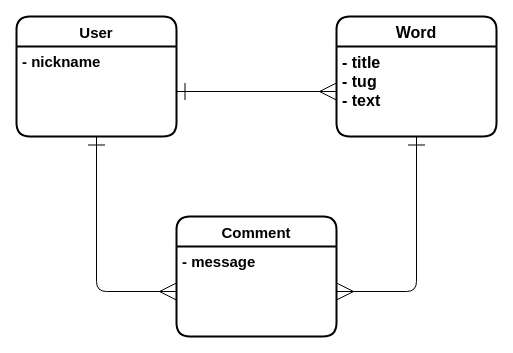
Before: ER.dio in tsuji-t/my-storage, a draw.io diagram. Source tidied: cells renumbered, new cells numbered last; positions are measured from the earlier drawing's top-left corner, leaving out a move shared by most shapes. Both pictures are drawn from the tidied source at 100%, with x=0, y=0 at pixel (16, 16).
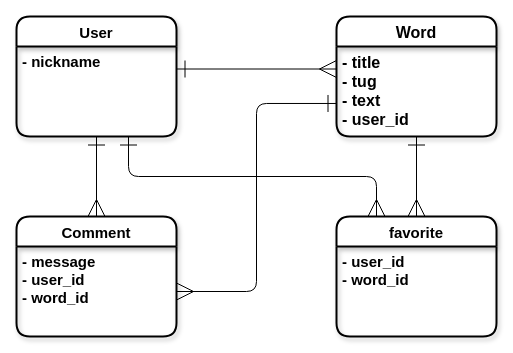
The same diagram, later.

Change to the diagram source:
```diff
@@
 <mxGraphModel background="#ffffff">
   <root>
     <mxCell id="0" />
     <mxCell id="1" parent="0" />
-    <mxCell id="2" value="User" style="swimlane;horizontal=1;startSize=30;fontSize=15;fontStyle=1;strokeWidth=2;shadow=0;dashed=0;align=center;rounded=1;strokeColor=#000000;" parent="1" vertex="1">
+    <mxCell id="2" value="User" style="swimlane;horizontal=1;startSize=30;fontSize=15;fontStyle=1;strokeWidth=2;shadow=1;dashed=0;align=center;rounded=1;strokeColor=#000000;" parent="1" vertex="1">
       <mxGeometry width="160" height="120" as="geometry" />
     </mxCell>
     <mxCell id="3" value="- nickname" style="align=left;strokeColor=none;fillColor=none;spacingLeft=4;fontSize=15;verticalAlign=top;fontStyle=1;rounded=1;fontColor=#000000;" parent="2" vertex="1">
       <mxGeometry y="30" width="160" height="90" as="geometry" />
     </mxCell>
-    <mxCell id="4" value="Word" style="swimlane;horizontal=1;startSize=30;fontSize=16;fontStyle=1;strokeWidth=2;shadow=0;dashed=0;align=center;rounded=1;strokeColor=#000000;" parent="1" vertex="1">
+    <mxCell id="4" value="Word" style="swimlane;horizontal=1;startSize=30;fontSize=16;fontStyle=1;strokeWidth=2;shadow=1;dashed=0;align=center;rounded=1;strokeColor=#000000;" parent="1" vertex="1">
       <mxGeometry x="320" width="160" height="120" as="geometry" />
     </mxCell>
-    <mxCell id="5" value="- title&#10;- tug&#10;- text" style="align=left;strokeColor=none;fillColor=none;spacingLeft=4;fontSize=16;verticalAlign=top;fontStyle=1;rounded=1;fontColor=#000000;" parent="4" vertex="1">
+    <mxCell id="5" value="- title&#10;- tug&#10;- text&#10;- user_id" style="align=left;strokeColor=none;fillColor=none;spacingLeft=4;fontSize=16;verticalAlign=top;fontStyle=1;rounded=1;fontColor=#000000;" parent="4" vertex="1">
       <mxGeometry y="30" width="160" height="90" as="geometry" />
     </mxCell>
-    <mxCell id="6" value="Comment" style="swimlane;horizontal=1;startSize=30;fontSize=15;fontStyle=1;strokeWidth=2;shadow=0;dashed=0;align=center;rounded=1;strokeColor=#000000;" parent="1" vertex="1">
-      <mxGeometry x="160" y="200" width="160" height="120" as="geometry" />
+    <mxCell id="6" value="Comment" style="swimlane;horizontal=1;startSize=30;fontSize=15;fontStyle=1;strokeWidth=2;shadow=1;dashed=0;align=center;rounded=1;strokeColor=#000000;" parent="1" vertex="1">
+      <mxGeometry y="200" width="160" height="120" as="geometry" />
     </mxCell>
-    <mxCell id="7" value="- message" style="align=left;strokeColor=none;fillColor=none;spacingLeft=4;fontSize=15;verticalAlign=top;fontStyle=1;rounded=1;fontColor=#000000;" parent="6" vertex="1">
+    <mxCell id="7" value="- message&#10;- user_id&#10;- word_id" style="align=left;strokeColor=none;fillColor=none;spacingLeft=4;fontSize=15;verticalAlign=top;fontStyle=1;rounded=1;fontColor=#000000;" parent="6" vertex="1">
       <mxGeometry y="30" width="160" height="90" as="geometry" />
     </mxCell>
-    <mxCell id="8" style="edgeStyle=orthogonalEdgeStyle;jettySize=auto;html=1;exitX=0.5;exitY=1;exitDx=0;exitDy=0;entryX=0;entryY=0.5;entryDx=0;entryDy=0;endArrow=ERmany;endFill=0;endSize=15;targetPerimeterSpacing=15;startArrow=ERone;startFill=0;startSize=15;strokeColor=#000000;" parent="1" edge="1" source="3" target="7">
+    <mxCell id="8" style="edgeStyle=orthogonalEdgeStyle;jettySize=auto;html=1;exitX=0.5;exitY=1;exitDx=0;exitDy=0;entryX=0.5;entryY=0;entryDx=0;entryDy=0;endArrow=ERmany;endFill=0;endSize=15;targetPerimeterSpacing=15;startArrow=ERone;startFill=0;startSize=15;strokeColor=#000000;" parent="1" edge="1" source="3" target="6">
       <mxGeometry relative="1" as="geometry" />
     </mxCell>
+    <mxCell id="10" style="edgeStyle=orthogonalEdgeStyle;jettySize=auto;html=1;exitX=1;exitY=0.25;exitDx=0;exitDy=0;entryX=0;entryY=0.25;entryDx=0;entryDy=0;endArrow=ERmany;endFill=0;targetPerimeterSpacing=15;endSize=15;startArrow=ERone;startFill=0;startSize=15;strokeColor=#000000;" parent="1" edge="1" source="3" target="5">
+      <mxGeometry relative="1" as="geometry" />
+    </mxCell>
+    <mxCell id="11" value="favorite" style="swimlane;horizontal=1;startSize=30;fontSize=15;fontStyle=1;strokeWidth=2;shadow=1;dashed=0;align=center;rounded=1;strokeColor=#000000;" parent="1" vertex="1">
+      <mxGeometry x="320" y="200" width="160" height="120" as="geometry" />
+    </mxCell>
+    <mxCell id="12" value="- user_id&#10;- word_id" style="align=left;strokeColor=none;fillColor=none;spacingLeft=4;fontSize=15;verticalAlign=top;fontStyle=1;rounded=1;fontColor=#000000;" parent="11" vertex="1">
+      <mxGeometry y="30" width="160" height="90" as="geometry" />
+    </mxCell>
-    <mxCell id="9" style="jettySize=auto;html=1;exitX=0.5;exitY=1;exitDx=0;exitDy=0;entryX=1;entryY=0.5;entryDx=0;entryDy=0;endArrow=ERmany;endFill=0;endSize=15;targetPerimeterSpacing=15;startArrow=ERone;startFill=0;startSize=15;edgeStyle=elbowEdgeStyle;strokeColor=#000000;" parent="1" edge="1" source="5" target="7">
+    <mxCell id="9" style="jettySize=auto;html=1;exitX=0;exitY=0.633;exitDx=0;exitDy=0;entryX=1;entryY=0.5;entryDx=0;entryDy=0;endArrow=ERmany;endFill=0;endSize=15;targetPerimeterSpacing=0;startArrow=ERone;startFill=0;startSize=15;edgeStyle=elbowEdgeStyle;exitPerimeter=0;strokeColor=#000000;rounded=1;shadow=0;" parent="1" edge="1" source="5" target="7">
       <mxGeometry relative="1" as="geometry">
         <Array as="points">
-          <mxPoint x="400" y="198" />
+          <mxPoint x="240" y="180" />
+          <mxPoint x="220" y="170" />
+          <mxPoint x="210" y="170" />
+          <mxPoint x="280" y="170" />
+          <mxPoint x="280" y="150" />
         </Array>
       </mxGeometry>
     </mxCell>
-    <mxCell id="10" style="edgeStyle=orthogonalEdgeStyle;jettySize=auto;html=1;exitX=1;exitY=0.5;exitDx=0;exitDy=0;entryX=0;entryY=0.5;entryDx=0;entryDy=0;endArrow=ERmany;endFill=0;targetPerimeterSpacing=15;endSize=15;startArrow=ERone;startFill=0;startSize=15;strokeColor=#000000;" parent="1" edge="1" source="3" target="5">
-      <mxGeometry relative="1" as="geometry" />
-    </mxCell>
+    <mxCell id="13" style="edgeStyle=orthogonalEdgeStyle;rounded=0;jettySize=auto;html=1;exitX=0.5;exitY=1;exitDx=0;exitDy=0;entryX=0.5;entryY=0;entryDx=0;entryDy=0;strokeColor=#000000;endArrow=ERmany;endFill=0;endSize=15;startSize=15;startArrow=ERone;startFill=0;" parent="1" edge="1" source="5" target="11">
+      <mxGeometry relative="1" as="geometry" />
+    </mxCell>
+    <mxCell id="14" style="edgeStyle=orthogonalEdgeStyle;jettySize=auto;html=1;entryX=0.25;entryY=0;entryDx=0;entryDy=0;endArrow=ERmany;endFill=0;endSize=15;targetPerimeterSpacing=15;startArrow=ERone;startFill=0;startSize=15;strokeColor=#000000;" parent="1" edge="1" source="3" target="11">
+      <mxGeometry relative="1" as="geometry">
+        <Array as="points">
+          <mxPoint x="112" y="160" />
+          <mxPoint x="360" y="160" />
+        </Array>
+      </mxGeometry>
+    </mxCell>
   </root>
 </mxGraphModel>
```
